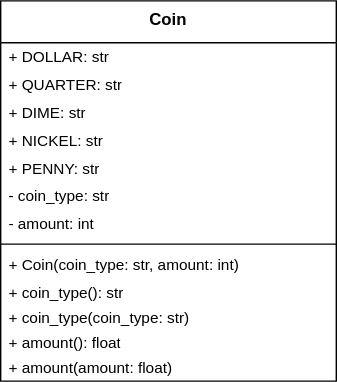
This is assignments/hw12/diagram1.svg from hanggrian/IIT-ITM513, a draw.io export, as it was before one commit. Source tidied: cells renumbered, new cells last; positions are measured from the earlier drawing's top-left corner, leaving out a move shared by most shapes. Its diagram source:
```xml
<mxGraphModel>
  <root>
    <mxCell id="0" />
    <mxCell id="1" parent="0" />
    <mxCell id="2" value="Coin" style="swimlane;fontStyle=1;align=center;verticalAlign=top;horizontal=1;startSize=30;whiteSpace=wrap;html=1;" parent="1" vertex="1">
      <mxGeometry width="240" height="272" as="geometry" />
    </mxCell>
    <mxCell id="3" value="+ DOLLAR: str" style="text;strokeColor=none;fillColor=none;align=left;verticalAlign=middle;spacingLeft=4;spacingRight=4;overflow=hidden;whiteSpace=wrap;html=1;fontSize=11;" parent="2" vertex="1">
      <mxGeometry y="30" width="240" height="20" as="geometry" />
    </mxCell>
    <mxCell id="4" value="+ QUARTER: str" style="text;strokeColor=none;fillColor=none;align=left;verticalAlign=middle;spacingLeft=4;spacingRight=4;overflow=hidden;whiteSpace=wrap;html=1;fontSize=11;" parent="2" vertex="1">
      <mxGeometry y="50" width="240" height="20" as="geometry" />
    </mxCell>
    <mxCell id="5" value="+ DIME: str" style="text;strokeColor=none;fillColor=none;align=left;verticalAlign=middle;spacingLeft=4;spacingRight=4;overflow=hidden;whiteSpace=wrap;html=1;fontSize=11;" parent="2" vertex="1">
      <mxGeometry y="70" width="240" height="20" as="geometry" />
    </mxCell>
    <mxCell id="6" value="+ NICKEL: str" style="text;strokeColor=none;fillColor=none;align=left;verticalAlign=middle;spacingLeft=4;spacingRight=4;overflow=hidden;whiteSpace=wrap;html=1;fontSize=11;" parent="2" vertex="1">
      <mxGeometry y="90" width="240" height="20" as="geometry" />
    </mxCell>
    <mxCell id="7" value="+ PENNY: str" style="text;strokeColor=none;fillColor=none;align=left;verticalAlign=middle;spacingLeft=4;spacingRight=4;overflow=hidden;whiteSpace=wrap;html=1;fontSize=11;" parent="2" vertex="1">
      <mxGeometry y="110" width="240" height="20" as="geometry" />
    </mxCell>
    <mxCell id="8" value="- coin_type: str" style="text;strokeColor=none;fillColor=none;align=left;verticalAlign=middle;spacingLeft=4;spacingRight=4;overflow=hidden;whiteSpace=wrap;html=1;fontSize=11;" parent="2" vertex="1">
      <mxGeometry y="130" width="240" height="20" as="geometry" />
    </mxCell>
    <mxCell id="9" value="- amount: int" style="text;strokeColor=none;fillColor=none;align=left;verticalAlign=middle;spacingLeft=4;spacingRight=4;overflow=hidden;whiteSpace=wrap;html=1;fontSize=11;" parent="2" vertex="1">
      <mxGeometry y="150" width="240" height="20" as="geometry" />
    </mxCell>
    <mxCell id="10" style="line;strokeWidth=1;fillColor=none;align=left;verticalAlign=middle;spacingTop=-1;spacingLeft=3;spacingRight=3;labelPosition=right;strokeColor=inherit;" parent="2" vertex="1">
      <mxGeometry y="170" width="240" height="8" as="geometry" />
    </mxCell>
    <mxCell id="11" value="+ Coin(coin_type: str, amount: int)" style="text;strokeColor=none;fillColor=none;align=left;verticalAlign=middle;spacingLeft=4;spacingRight=4;overflow=hidden;whiteSpace=wrap;html=1;fontSize=11;" parent="2" vertex="1">
      <mxGeometry y="178" width="240" height="22" as="geometry" />
    </mxCell>
    <mxCell id="12" value="+ coin_type(&lt;span style=&quot;background-color: initial;&quot;&gt;): str&lt;/span&gt;" style="text;strokeColor=none;fillColor=none;align=left;verticalAlign=middle;spacingLeft=4;spacingRight=4;overflow=hidden;whiteSpace=wrap;html=1;fontSize=11;" parent="2" vertex="1">
      <mxGeometry y="200" width="240" height="18" as="geometry" />
    </mxCell>
    <mxCell id="13" value="+ coin_type(coin_type: str&lt;span style=&quot;background-color: initial;&quot;&gt;)&lt;/span&gt;" style="text;strokeColor=none;fillColor=none;align=left;verticalAlign=middle;spacingLeft=4;spacingRight=4;overflow=hidden;whiteSpace=wrap;html=1;fontSize=11;" parent="2" vertex="1">
      <mxGeometry y="218" width="240" height="18" as="geometry" />
    </mxCell>
    <mxCell id="14" value="+ amount(&lt;span style=&quot;background-color: initial;&quot;&gt;):&amp;nbsp;&lt;/span&gt;float" style="text;strokeColor=none;fillColor=none;align=left;verticalAlign=middle;spacingLeft=4;spacingRight=4;overflow=hidden;whiteSpace=wrap;html=1;fontSize=11;" parent="2" vertex="1">
      <mxGeometry y="236" width="240" height="18" as="geometry" />
    </mxCell>
    <mxCell id="15" value="+ amount(amount: float)" style="text;strokeColor=none;fillColor=none;align=left;verticalAlign=middle;spacingLeft=4;spacingRight=4;overflow=hidden;whiteSpace=wrap;html=1;fontSize=11;" parent="2" vertex="1">
      <mxGeometry y="254" width="240" height="18" as="geometry" />
    </mxCell>
  </root>
</mxGraphModel>
```
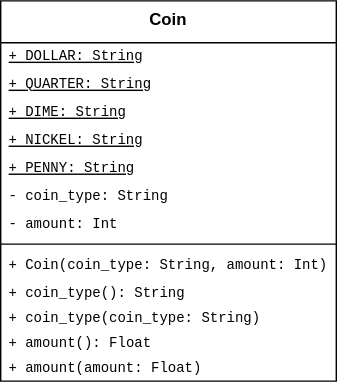
The same diagram one commit later.

Commit message:
Monospace font in class diagram

The edit, as a diff of the source:
```diff
@@ -5,43 +5,43 @@
     <mxCell id="2" value="Coin" style="swimlane;fontStyle=1;align=center;verticalAlign=top;horizontal=1;startSize=30;whiteSpace=wrap;html=1;" parent="1" vertex="1">
       <mxGeometry width="240" height="272" as="geometry" />
     </mxCell>
-    <mxCell id="3" value="+ DOLLAR: str" style="text;strokeColor=none;fillColor=none;align=left;verticalAlign=middle;spacingLeft=4;spacingRight=4;overflow=hidden;whiteSpace=wrap;html=1;fontSize=11;" parent="2" vertex="1">
+    <mxCell id="3" value="+ DOLLAR: String" style="text;strokeColor=none;fillColor=none;align=left;verticalAlign=middle;spacingLeft=4;spacingRight=4;overflow=hidden;whiteSpace=wrap;html=1;fontSize=10;fontFamily=Courier New;fontStyle=4;" parent="2" vertex="1">
       <mxGeometry y="30" width="240" height="20" as="geometry" />
     </mxCell>
-    <mxCell id="4" value="+ QUARTER: str" style="text;strokeColor=none;fillColor=none;align=left;verticalAlign=middle;spacingLeft=4;spacingRight=4;overflow=hidden;whiteSpace=wrap;html=1;fontSize=11;" parent="2" vertex="1">
+    <mxCell id="4" value="+ QUARTER: String" style="text;strokeColor=none;fillColor=none;align=left;verticalAlign=middle;spacingLeft=4;spacingRight=4;overflow=hidden;whiteSpace=wrap;html=1;fontSize=10;fontFamily=Courier New;fontStyle=4;" parent="2" vertex="1">
       <mxGeometry y="50" width="240" height="20" as="geometry" />
     </mxCell>
-    <mxCell id="5" value="+ DIME: str" style="text;strokeColor=none;fillColor=none;align=left;verticalAlign=middle;spacingLeft=4;spacingRight=4;overflow=hidden;whiteSpace=wrap;html=1;fontSize=11;" parent="2" vertex="1">
+    <mxCell id="5" value="+ DIME: String" style="text;strokeColor=none;fillColor=none;align=left;verticalAlign=middle;spacingLeft=4;spacingRight=4;overflow=hidden;whiteSpace=wrap;html=1;fontSize=10;fontFamily=Courier New;fontStyle=4;" parent="2" vertex="1">
       <mxGeometry y="70" width="240" height="20" as="geometry" />
     </mxCell>
-    <mxCell id="6" value="+ NICKEL: str" style="text;strokeColor=none;fillColor=none;align=left;verticalAlign=middle;spacingLeft=4;spacingRight=4;overflow=hidden;whiteSpace=wrap;html=1;fontSize=11;" parent="2" vertex="1">
+    <mxCell id="6" value="+ NICKEL: String" style="text;strokeColor=none;fillColor=none;align=left;verticalAlign=middle;spacingLeft=4;spacingRight=4;overflow=hidden;whiteSpace=wrap;html=1;fontSize=10;fontFamily=Courier New;fontStyle=4;" parent="2" vertex="1">
       <mxGeometry y="90" width="240" height="20" as="geometry" />
     </mxCell>
-    <mxCell id="7" value="+ PENNY: str" style="text;strokeColor=none;fillColor=none;align=left;verticalAlign=middle;spacingLeft=4;spacingRight=4;overflow=hidden;whiteSpace=wrap;html=1;fontSize=11;" parent="2" vertex="1">
+    <mxCell id="7" value="+ PENNY: String" style="text;strokeColor=none;fillColor=none;align=left;verticalAlign=middle;spacingLeft=4;spacingRight=4;overflow=hidden;whiteSpace=wrap;html=1;fontSize=10;fontFamily=Courier New;fontStyle=4;" parent="2" vertex="1">
       <mxGeometry y="110" width="240" height="20" as="geometry" />
     </mxCell>
-    <mxCell id="8" value="- coin_type: str" style="text;strokeColor=none;fillColor=none;align=left;verticalAlign=middle;spacingLeft=4;spacingRight=4;overflow=hidden;whiteSpace=wrap;html=1;fontSize=11;" parent="2" vertex="1">
+    <mxCell id="8" value="- coin_type: String" style="text;strokeColor=none;fillColor=none;align=left;verticalAlign=middle;spacingLeft=4;spacingRight=4;overflow=hidden;whiteSpace=wrap;html=1;fontSize=10;fontFamily=Courier New;" parent="2" vertex="1">
       <mxGeometry y="130" width="240" height="20" as="geometry" />
     </mxCell>
-    <mxCell id="9" value="- amount: int" style="text;strokeColor=none;fillColor=none;align=left;verticalAlign=middle;spacingLeft=4;spacingRight=4;overflow=hidden;whiteSpace=wrap;html=1;fontSize=11;" parent="2" vertex="1">
+    <mxCell id="9" value="- amount: Int" style="text;strokeColor=none;fillColor=none;align=left;verticalAlign=middle;spacingLeft=4;spacingRight=4;overflow=hidden;whiteSpace=wrap;html=1;fontSize=10;fontFamily=Courier New;" parent="2" vertex="1">
       <mxGeometry y="150" width="240" height="20" as="geometry" />
     </mxCell>
     <mxCell id="10" style="line;strokeWidth=1;fillColor=none;align=left;verticalAlign=middle;spacingTop=-1;spacingLeft=3;spacingRight=3;labelPosition=right;strokeColor=inherit;" parent="2" vertex="1">
       <mxGeometry y="170" width="240" height="8" as="geometry" />
     </mxCell>
-    <mxCell id="11" value="+ Coin(coin_type: str, amount: int)" style="text;strokeColor=none;fillColor=none;align=left;verticalAlign=middle;spacingLeft=4;spacingRight=4;overflow=hidden;whiteSpace=wrap;html=1;fontSize=11;" parent="2" vertex="1">
+    <mxCell id="11" value="+ Coin(coin_type: String, amount: Int)" style="text;strokeColor=none;fillColor=none;align=left;verticalAlign=middle;spacingLeft=4;spacingRight=4;overflow=hidden;whiteSpace=wrap;html=1;fontSize=10;fontFamily=Courier New;" parent="2" vertex="1">
       <mxGeometry y="178" width="240" height="22" as="geometry" />
     </mxCell>
-    <mxCell id="12" value="+ coin_type(&lt;span style=&quot;background-color: initial;&quot;&gt;): str&lt;/span&gt;" style="text;strokeColor=none;fillColor=none;align=left;verticalAlign=middle;spacingLeft=4;spacingRight=4;overflow=hidden;whiteSpace=wrap;html=1;fontSize=11;" parent="2" vertex="1">
+    <mxCell id="12" value="+ coin_type(&lt;span style=&quot;background-color: initial; font-size: 10px;&quot;&gt;): String&lt;/span&gt;" style="text;strokeColor=none;fillColor=none;align=left;verticalAlign=middle;spacingLeft=4;spacingRight=4;overflow=hidden;whiteSpace=wrap;html=1;fontSize=10;fontFamily=Courier New;" parent="2" vertex="1">
       <mxGeometry y="200" width="240" height="18" as="geometry" />
     </mxCell>
-    <mxCell id="13" value="+ coin_type(coin_type: str&lt;span style=&quot;background-color: initial;&quot;&gt;)&lt;/span&gt;" style="text;strokeColor=none;fillColor=none;align=left;verticalAlign=middle;spacingLeft=4;spacingRight=4;overflow=hidden;whiteSpace=wrap;html=1;fontSize=11;" parent="2" vertex="1">
+    <mxCell id="13" value="+ coin_type(coin_type: String&lt;span style=&quot;background-color: initial; font-size: 10px;&quot;&gt;)&lt;/span&gt;" style="text;strokeColor=none;fillColor=none;align=left;verticalAlign=middle;spacingLeft=4;spacingRight=4;overflow=hidden;whiteSpace=wrap;html=1;fontSize=10;fontFamily=Courier New;" parent="2" vertex="1">
       <mxGeometry y="218" width="240" height="18" as="geometry" />
     </mxCell>
-    <mxCell id="14" value="+ amount(&lt;span style=&quot;background-color: initial;&quot;&gt;):&amp;nbsp;&lt;/span&gt;float" style="text;strokeColor=none;fillColor=none;align=left;verticalAlign=middle;spacingLeft=4;spacingRight=4;overflow=hidden;whiteSpace=wrap;html=1;fontSize=11;" parent="2" vertex="1">
+    <mxCell id="14" value="+ amount(&lt;span style=&quot;background-color: initial; font-size: 10px;&quot;&gt;):&amp;nbsp;&lt;/span&gt;Float" style="text;strokeColor=none;fillColor=none;align=left;verticalAlign=middle;spacingLeft=4;spacingRight=4;overflow=hidden;whiteSpace=wrap;html=1;fontSize=10;fontFamily=Courier New;" parent="2" vertex="1">
       <mxGeometry y="236" width="240" height="18" as="geometry" />
     </mxCell>
-    <mxCell id="15" value="+ amount(amount: float)" style="text;strokeColor=none;fillColor=none;align=left;verticalAlign=middle;spacingLeft=4;spacingRight=4;overflow=hidden;whiteSpace=wrap;html=1;fontSize=11;" parent="2" vertex="1">
+    <mxCell id="15" value="+ amount(amount: Float)" style="text;strokeColor=none;fillColor=none;align=left;verticalAlign=middle;spacingLeft=4;spacingRight=4;overflow=hidden;whiteSpace=wrap;html=1;fontSize=10;fontFamily=Courier New;" parent="2" vertex="1">
       <mxGeometry y="254" width="240" height="18" as="geometry" />
     </mxCell>
   </root>
```
